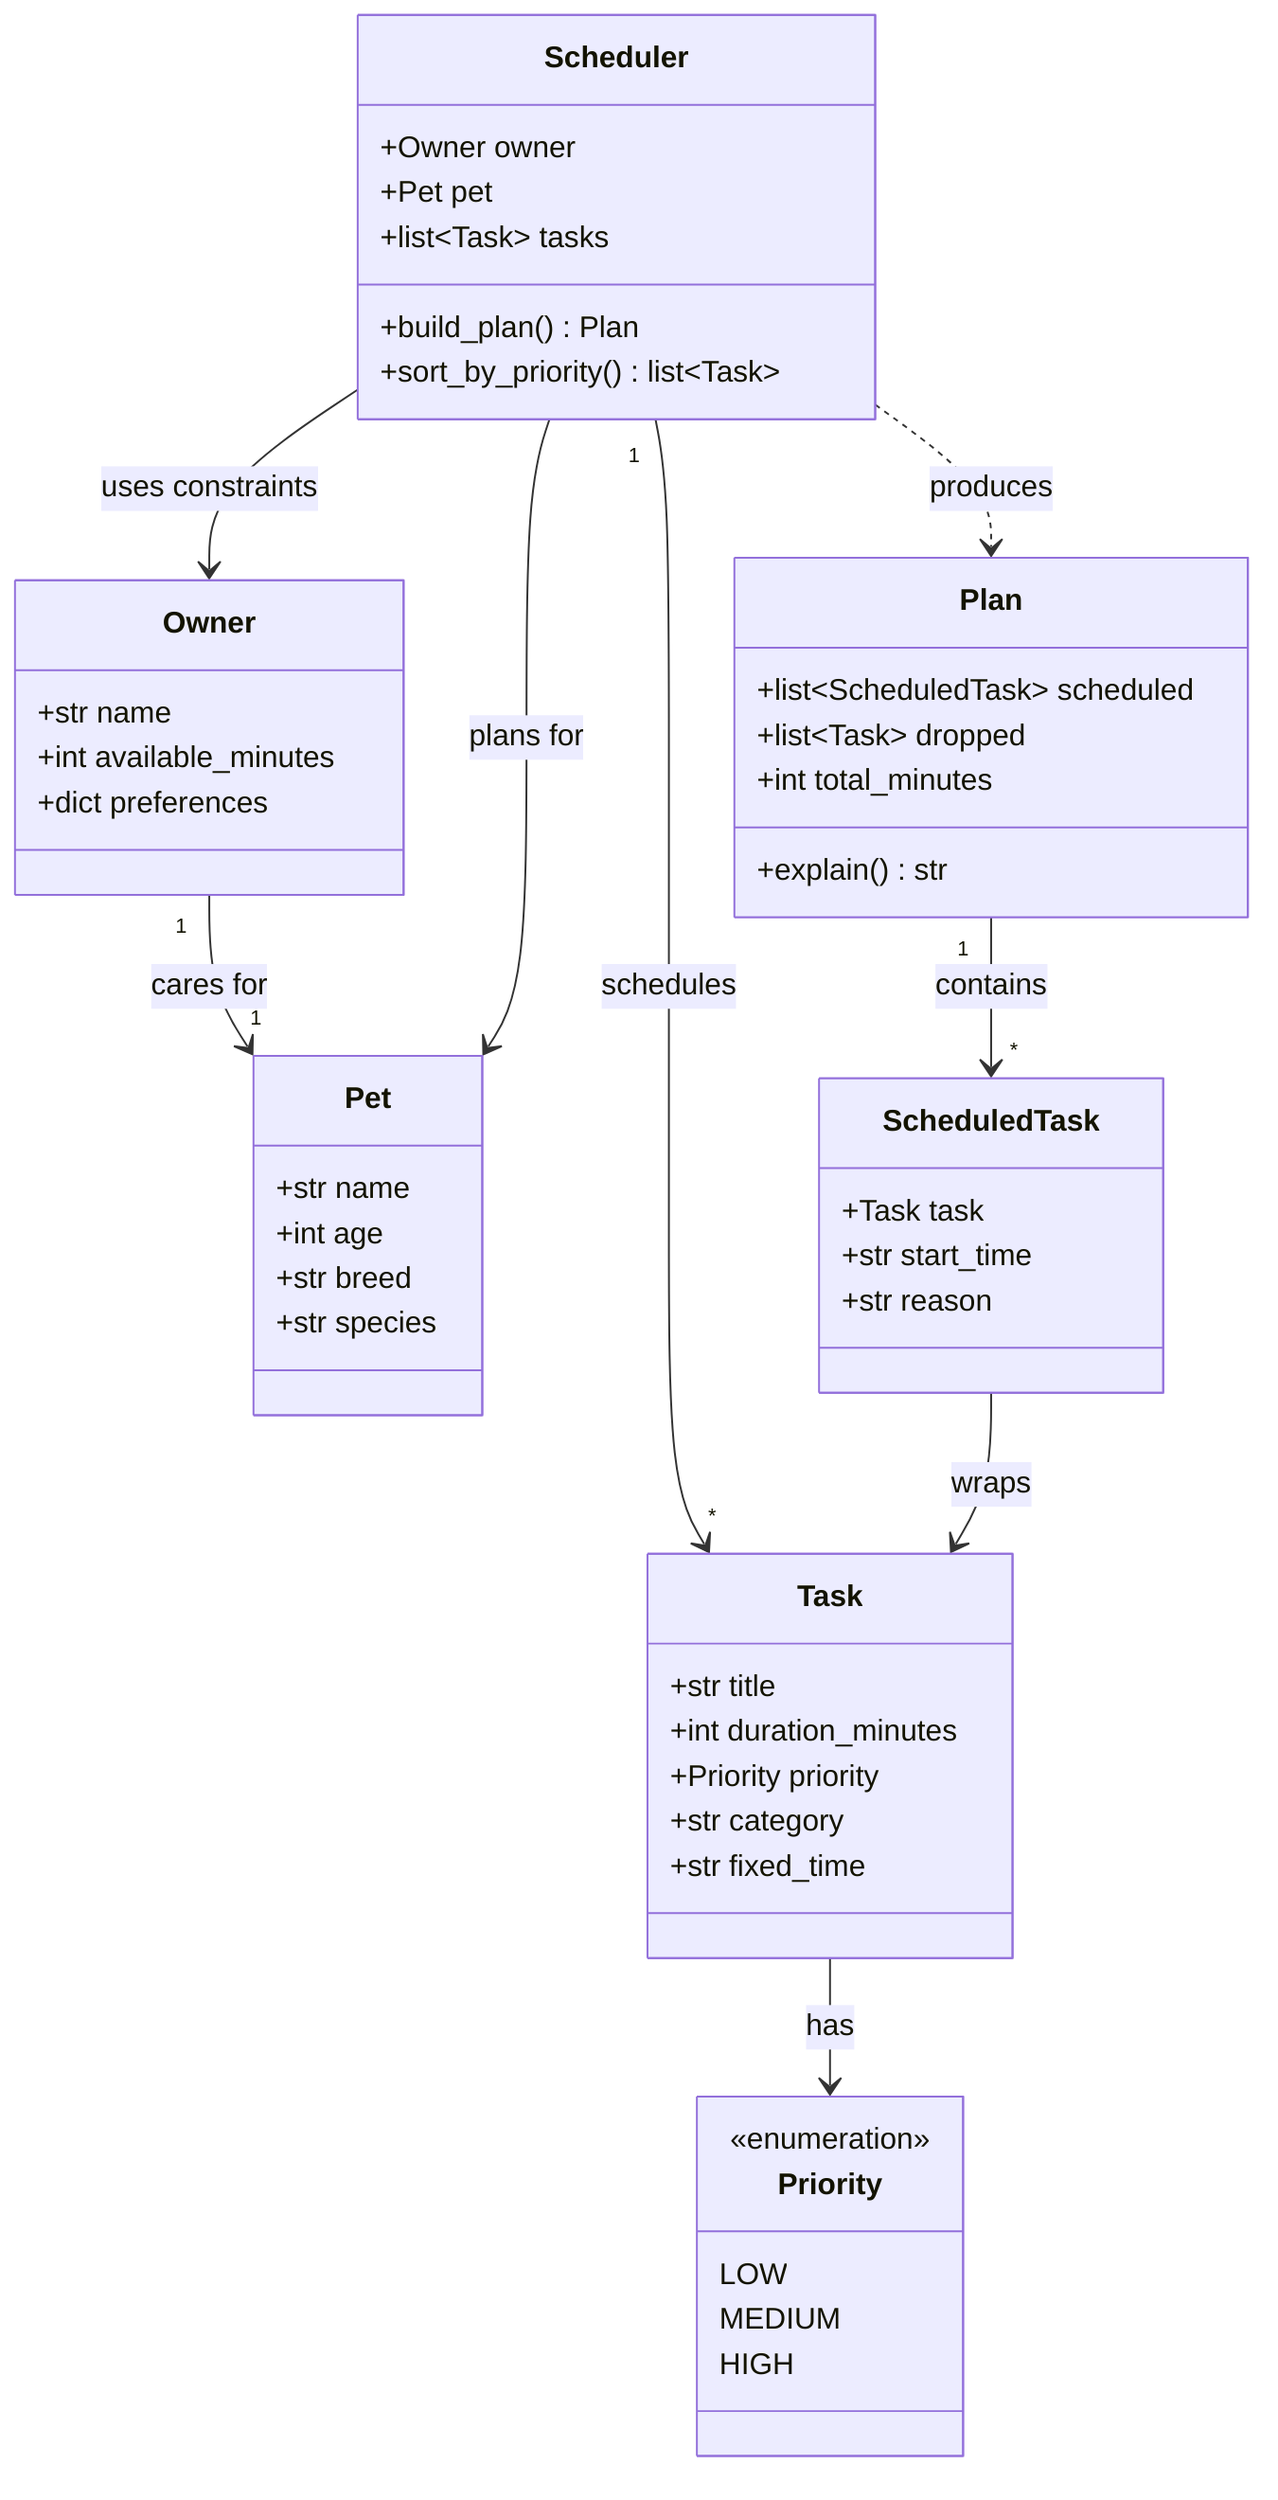
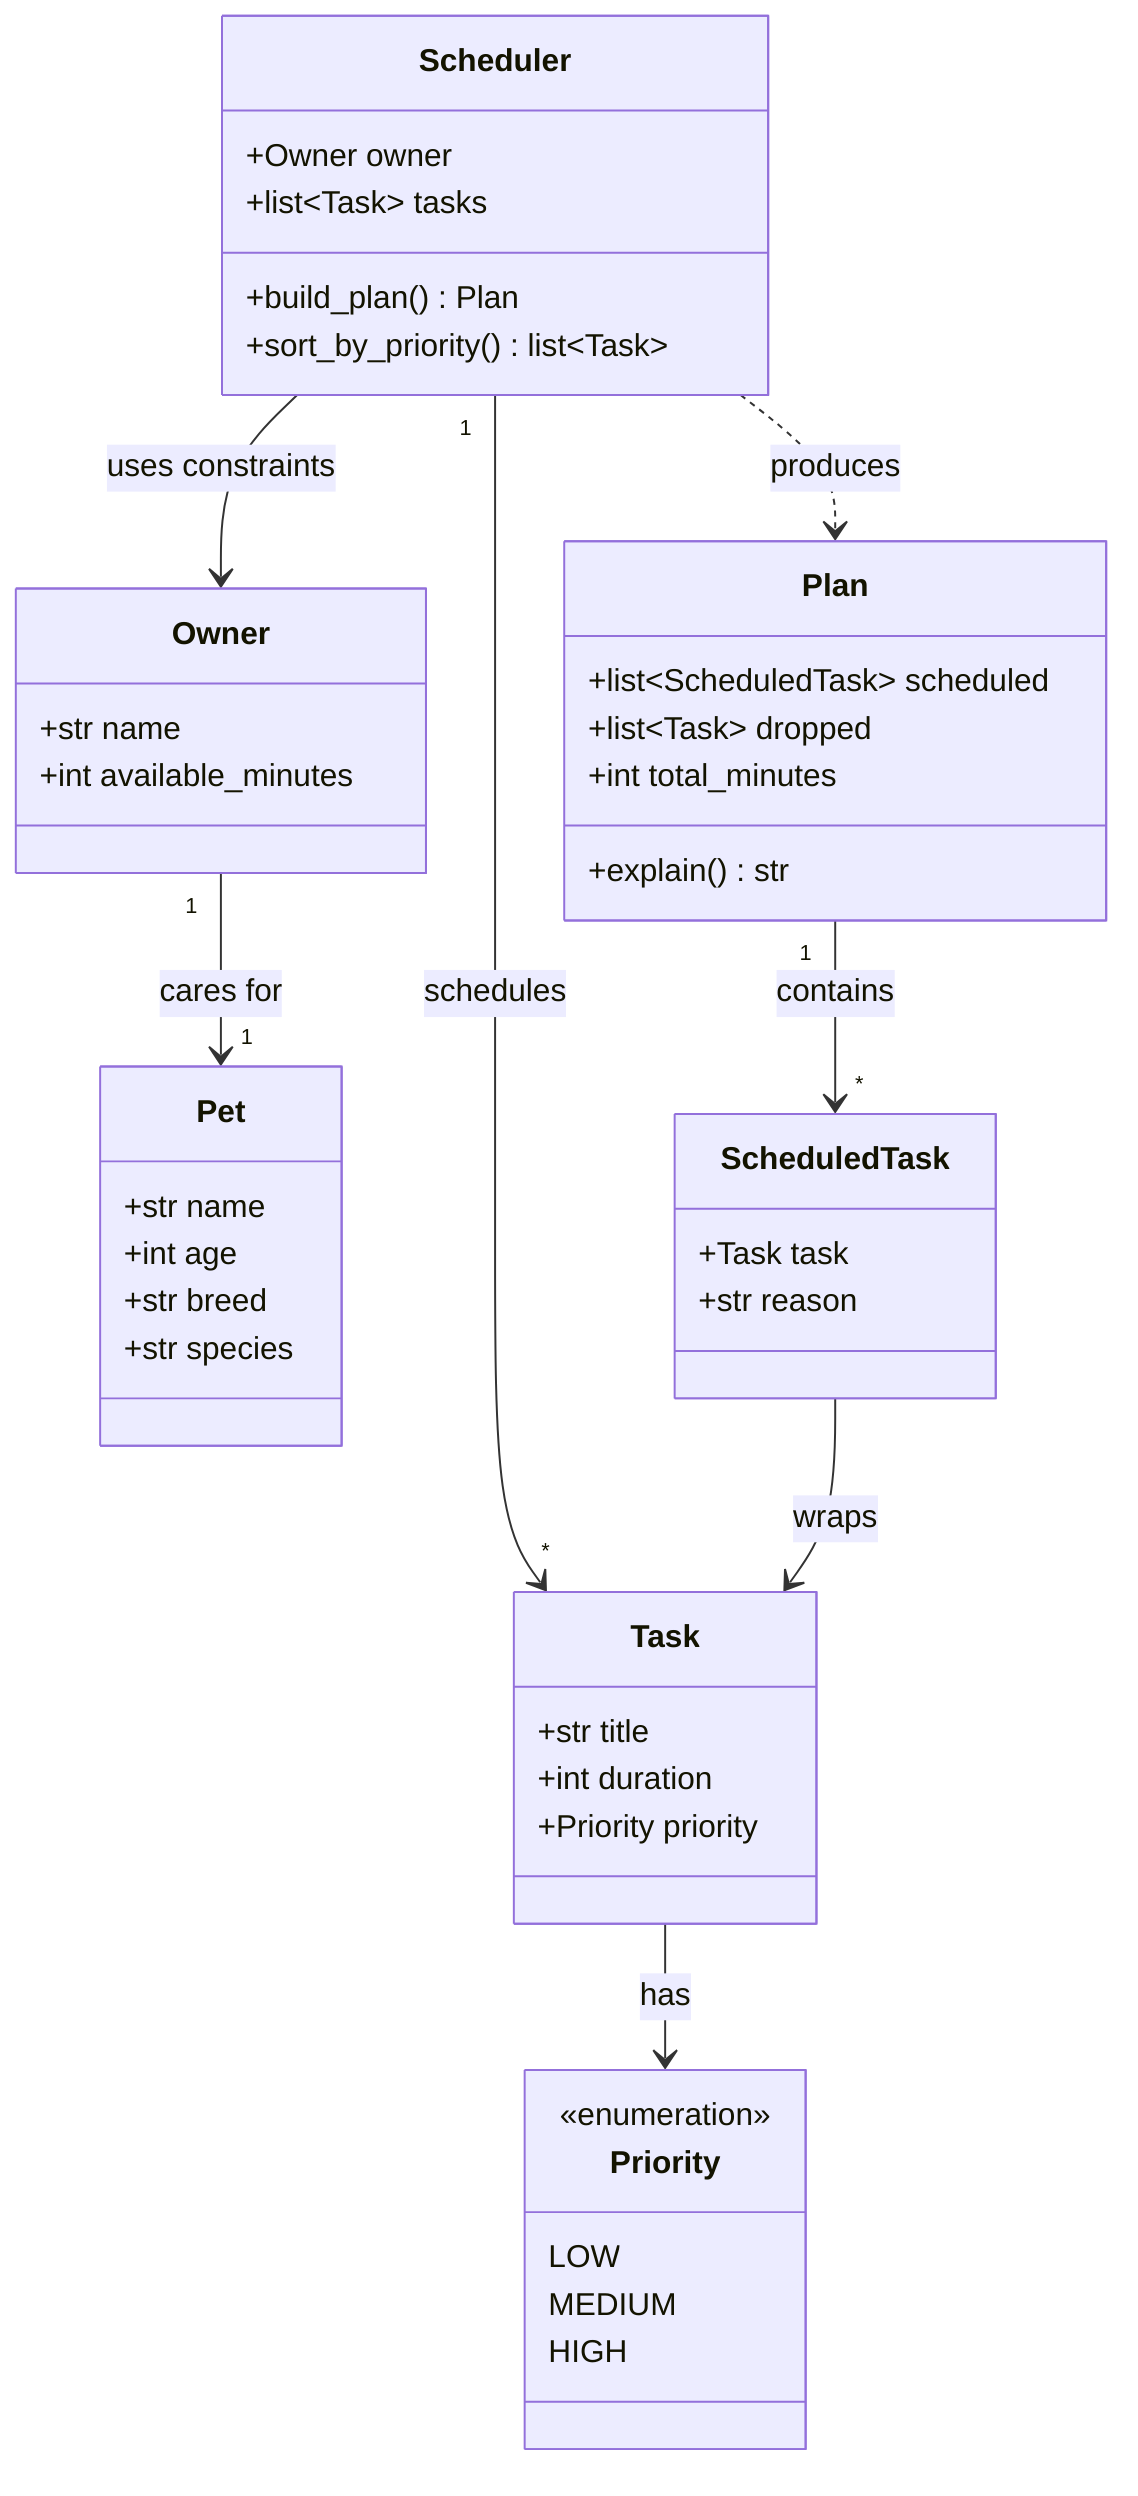
classDiagram
    %% PawPal+ — pet care planning assistant
    %% Keep this updated so it matches your final implementation.
+     %% Deferred for later (optional): Owner.preferences, Task.category,
+     %% Task.fixed_time, ScheduledTask.start_time, Scheduler.pet

    class Pet {
        +str name
        +int age
        +str breed
        +str species
    }

    class Owner {
        +str name
        +int available_minutes
-         +dict preferences
    }

    class Task {
        +str title
-         +int duration_minutes
+         +int duration
        +Priority priority
-         +str category
-         +str fixed_time
    }

    class Priority {
        <<enumeration>>
        LOW
        MEDIUM
        HIGH
    }

    class ScheduledTask {
        +Task task
-         +str start_time
        +str reason
    }

    class Plan {
        +list~ScheduledTask~ scheduled
        +list~Task~ dropped
        +int total_minutes
        +explain() str
    }

    class Scheduler {
        +Owner owner
-         +Pet pet
        +list~Task~ tasks
        +build_plan() Plan
        +sort_by_priority() list~Task~
    }

    Owner "1" --> "1" Pet : cares for
    Scheduler --> Owner : uses constraints
-     Scheduler --> Pet : plans for
    Scheduler "1" --> "*" Task : schedules
    Scheduler ..> Plan : produces
    Plan "1" --> "*" ScheduledTask : contains
    ScheduledTask --> Task : wraps
    Task --> Priority : has
